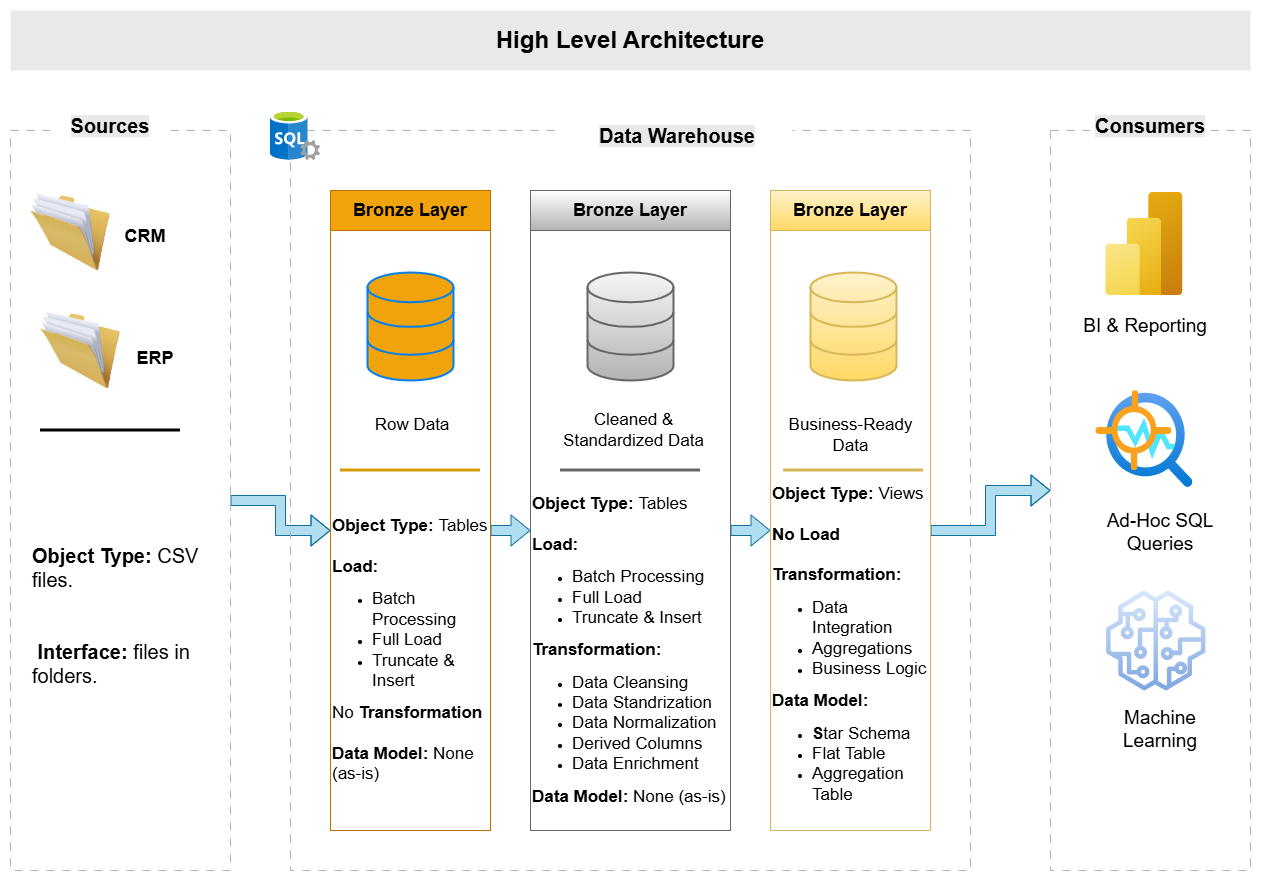
Above: docs/data_architecture.png in ManarMohammed1/sql-data-warehouse-and-analytics-project (draw.io), before the change. Source tidied: cells renumbered, new cells last; positions are measured from the earlier drawing's top-left corner, leaving out a move shared by most shapes. Source of this version:
```xml
<mxGraphModel>
  <root>
    <mxCell id="0" />
    <mxCell id="1" parent="0" />
    <mxCell id="2" value="&lt;font style=&quot;font-size: 24px;&quot;&gt;&lt;b&gt;High Level Architecture&lt;/b&gt;&lt;/font&gt;" style="text;html=1;whiteSpace=wrap;strokeColor=none;fillColor=#E9E9E9;align=center;verticalAlign=middle;rounded=0;labelBackgroundColor=#E9E9E9;labelBorderColor=#E9E9E9;" parent="1" vertex="1">
      <mxGeometry width="1240" height="60" as="geometry" />
    </mxCell>
    <mxCell id="3" style="edgeStyle=orthogonalEdgeStyle;rounded=0;jettySize=auto;html=1;shape=flexArrow;fillColor=#b1ddf0;strokeColor=#10739e;" parent="1" edge="1" source="4" target="12">
      <mxGeometry relative="1" as="geometry" />
    </mxCell>
    <mxCell id="4" style="rounded=0;whiteSpace=wrap;html=1;fillColor=none;dashed=1;dashPattern=8 8;strokeColor=#B3B3B3;" parent="1" vertex="1">
      <mxGeometry y="120" width="220" height="740" as="geometry" />
    </mxCell>
    <mxCell id="5" value="&lt;font style=&quot;font-size: 20px;&quot;&gt;&lt;b style=&quot;background-color: rgb(233, 233, 233);&quot;&gt;Sources&lt;/b&gt;&lt;/font&gt;" style="rounded=0;whiteSpace=wrap;html=1;strokeColor=none;" parent="1" vertex="1">
      <mxGeometry x="40" y="90" width="120" height="50" as="geometry" />
    </mxCell>
    <mxCell id="6" style="rounded=0;whiteSpace=wrap;html=1;fillColor=none;dashed=1;dashPattern=8 8;strokeColor=#B3B3B3;" parent="1" vertex="1">
      <mxGeometry x="280" y="120" width="680" height="740" as="geometry" />
    </mxCell>
    <mxCell id="7" value="&lt;font style=&quot;font-size: 20px;&quot;&gt;&lt;b style=&quot;background-color: rgb(233, 233, 233);&quot;&gt;Data Warehouse&lt;/b&gt;&lt;/font&gt;" style="rounded=0;whiteSpace=wrap;html=1;strokeColor=none;" parent="1" vertex="1">
      <mxGeometry x="552" y="100" width="230" height="50" as="geometry" />
    </mxCell>
    <mxCell id="8" style="rounded=0;whiteSpace=wrap;html=1;fillColor=none;dashed=1;dashPattern=8 8;strokeColor=#B3B3B3;" parent="1" vertex="1">
      <mxGeometry x="1040" y="120" width="200" height="740" as="geometry" />
    </mxCell>
    <mxCell id="9" value="&lt;font style=&quot;font-size: 20px;&quot;&gt;&lt;b style=&quot;background-color: rgb(233, 233, 233);&quot;&gt;Consumers&lt;/b&gt;&lt;/font&gt;" style="rounded=0;whiteSpace=wrap;html=1;strokeColor=none;" parent="1" vertex="1">
      <mxGeometry x="1080" y="90" width="120" height="50" as="geometry" />
    </mxCell>
    <mxCell id="10" value="&lt;font style=&quot;font-size: 18px;&quot;&gt;&lt;b&gt;Bronze Layer&lt;/b&gt;&lt;/font&gt;" style="rounded=0;whiteSpace=wrap;html=1;fillColor=#f0a30a;fontColor=#000000;strokeColor=#BD7000;" parent="1" vertex="1">
      <mxGeometry x="320" y="180" width="160" height="40" as="geometry" />
    </mxCell>
    <mxCell id="11" style="edgeStyle=orthogonalEdgeStyle;rounded=0;jettySize=auto;html=1;shape=flexArrow;fillColor=#b1ddf0;strokeColor=#10739e;" parent="1" edge="1" source="12" target="15">
      <mxGeometry relative="1" as="geometry" />
    </mxCell>
    <mxCell id="12" style="rounded=0;whiteSpace=wrap;html=1;fillColor=none;strokeColor=#BD7000;" parent="1" vertex="1">
      <mxGeometry x="320" y="220" width="160" height="600" as="geometry" />
    </mxCell>
    <mxCell id="13" value="&lt;font style=&quot;font-size: 18px;&quot;&gt;&lt;b&gt;Bronze Layer&lt;/b&gt;&lt;/font&gt;" style="rounded=0;whiteSpace=wrap;html=1;fillColor=default;strokeColor=#666666;gradientColor=#b3b3b3;" parent="1" vertex="1">
      <mxGeometry x="520" y="180" width="200" height="40" as="geometry" />
    </mxCell>
    <mxCell id="14" style="edgeStyle=orthogonalEdgeStyle;rounded=0;jettySize=auto;html=1;shape=flexArrow;fillColor=#b1ddf0;strokeColor=#10739e;" parent="1" edge="1" source="15" target="18">
      <mxGeometry relative="1" as="geometry" />
    </mxCell>
    <mxCell id="15" style="rounded=0;whiteSpace=wrap;html=1;fillColor=none;strokeColor=#666666;gradientColor=#b3b3b3;" parent="1" vertex="1">
      <mxGeometry x="520" y="220" width="200" height="600" as="geometry" />
    </mxCell>
    <mxCell id="16" value="&lt;font style=&quot;font-size: 18px;&quot;&gt;&lt;b&gt;Bronze Layer&lt;/b&gt;&lt;/font&gt;" style="rounded=0;whiteSpace=wrap;html=1;fillColor=#fff2cc;strokeColor=#d6b656;gradientColor=#ffd966;" parent="1" vertex="1">
      <mxGeometry x="760" y="180" width="160" height="40" as="geometry" />
    </mxCell>
    <mxCell id="17" style="edgeStyle=orthogonalEdgeStyle;rounded=0;jettySize=auto;html=1;shape=flexArrow;fillColor=#b1ddf0;strokeColor=#10739e;" parent="1" edge="1" source="18">
      <mxGeometry relative="1" as="geometry">
        <mxPoint x="1040" y="480" as="targetPoint" />
      </mxGeometry>
    </mxCell>
    <mxCell id="18" style="rounded=0;whiteSpace=wrap;html=1;fillColor=none;strokeColor=#d6b656;gradientColor=#ffd966;" parent="1" vertex="1">
      <mxGeometry x="760" y="220" width="160" height="600" as="geometry" />
    </mxCell>
    <mxCell id="19" style="image;html=1;image=img/lib/clip_art/general/Full_Folder_128x128.png;" parent="1" vertex="1">
      <mxGeometry x="20" y="182" width="80" height="80" as="geometry" />
    </mxCell>
    <mxCell id="20" style="image;html=1;image=img/lib/clip_art/general/Full_Folder_128x128.png;" parent="1" vertex="1">
      <mxGeometry x="30" y="300" width="80" height="80" as="geometry" />
    </mxCell>
    <mxCell id="21" value="&lt;font style=&quot;font-size: 18px;&quot;&gt;&lt;b&gt;ERP&lt;/b&gt;&lt;/font&gt;" style="text;html=1;whiteSpace=wrap;strokeColor=none;fillColor=none;align=center;verticalAlign=middle;rounded=0;" parent="1" vertex="1">
      <mxGeometry x="110" y="325" width="70" height="45" as="geometry" />
    </mxCell>
    <mxCell id="22" value="&lt;font style=&quot;font-size: 18px;&quot;&gt;&lt;b&gt;CRM&lt;/b&gt;&lt;/font&gt;" style="text;html=1;whiteSpace=wrap;strokeColor=none;fillColor=none;align=center;verticalAlign=middle;rounded=0;" parent="1" vertex="1">
      <mxGeometry x="100" y="200" width="70" height="52" as="geometry" />
    </mxCell>
    <mxCell id="23" style="endArrow=none;html=1;rounded=0;strokeWidth=3;" parent="1" edge="1">
      <mxGeometry relative="1" as="geometry">
        <mxPoint x="30" y="420" as="sourcePoint" />
        <mxPoint x="170" y="420" as="targetPoint" />
      </mxGeometry>
    </mxCell>
    <mxCell id="24" value="&lt;font style=&quot;font-size: 20px;&quot;&gt;&lt;b&gt;Object Type: &lt;/b&gt;CSV files.&lt;/font&gt;&lt;div&gt;&lt;span style=&quot;font-size: 20px;&quot;&gt;&lt;br&gt;&lt;/span&gt;&lt;/div&gt;&lt;div&gt;&lt;span style=&quot;font-size: 20px;&quot;&gt;&lt;br&gt;&lt;/span&gt;&lt;div&gt;&lt;font style=&quot;font-size: 20px;&quot;&gt;&lt;b&gt;&amp;nbsp;Interface: &lt;/b&gt;files in folders.&lt;/font&gt;&lt;/div&gt;&lt;/div&gt;" style="text;html=1;whiteSpace=wrap;strokeColor=none;fillColor=none;align=left;verticalAlign=middle;rounded=0;" parent="1" vertex="1">
      <mxGeometry x="20" y="470" width="180" height="270" as="geometry" />
    </mxCell>
    <mxCell id="25" style="html=1;verticalLabelPosition=bottom;align=center;labelBackgroundColor=#ffffff;verticalAlign=top;strokeWidth=2;strokeColor=#0080F0;shadow=0;dashed=0;shape=mxgraph.ios7.icons.data;fillColor=#F0A30A;" parent="1" vertex="1">
      <mxGeometry x="357" y="262" width="86" height="108" as="geometry" />
    </mxCell>
    <mxCell id="26" style="html=1;verticalLabelPosition=bottom;align=center;labelBackgroundColor=#ffffff;verticalAlign=top;strokeWidth=2;strokeColor=#666666;shadow=0;dashed=0;shape=mxgraph.ios7.icons.data;fillColor=#f5f5f5;gradientColor=#b3b3b3;" parent="1" vertex="1">
      <mxGeometry x="577" y="262" width="86" height="108" as="geometry" />
    </mxCell>
    <mxCell id="27" style="html=1;verticalLabelPosition=bottom;align=center;labelBackgroundColor=#ffffff;verticalAlign=top;strokeWidth=2;strokeColor=#d6b656;shadow=0;dashed=0;shape=mxgraph.ios7.icons.data;fillColor=#fff2cc;gradientColor=#ffd966;" parent="1" vertex="1">
      <mxGeometry x="800" y="262" width="86" height="108" as="geometry" />
    </mxCell>
    <mxCell id="28" style="image;sketch=0;html=1;align=center;fontSize=12;image=img/lib/mscae/SQL_Servers.svg;" parent="1" vertex="1">
      <mxGeometry x="260" y="100" width="50" height="50" as="geometry" />
    </mxCell>
    <mxCell id="29" style="image;html=1;align=center;fontSize=12;image=img/lib/azure2/analytics/Power_BI_Embedded.svg;" parent="1" vertex="1">
      <mxGeometry x="1095.2" y="182" width="77.2" height="103" as="geometry" />
    </mxCell>
    <mxCell id="30" style="image;html=1;align=center;fontSize=12;image=img/lib/azure2/ai_machine_learning/Anomaly_Detector.svg;" parent="1" vertex="1">
      <mxGeometry x="1085.4" y="380" width="97" height="97" as="geometry" />
    </mxCell>
    <mxCell id="31" style="sketch=0;fillColor=#dae8fc;strokeColor=#6c8ebf;dashed=0;verticalLabelPosition=bottom;verticalAlign=top;align=center;html=1;fontSize=12;fontStyle=0;shape=mxgraph.aws4.sagemaker_model;gradientColor=#7ea6e0;" parent="1" vertex="1">
      <mxGeometry x="1095.2" y="580" width="100" height="100" as="geometry" />
    </mxCell>
    <mxCell id="32" value="&lt;font style=&quot;font-size: 19px;&quot;&gt;BI &amp;amp; Reporting&lt;/font&gt;" style="text;html=1;whiteSpace=wrap;strokeColor=none;fillColor=none;align=center;verticalAlign=middle;rounded=0;" parent="1" vertex="1">
      <mxGeometry x="1070" y="301" width="130" height="30" as="geometry" />
    </mxCell>
    <mxCell id="33" value="&lt;font style=&quot;font-size: 19px;&quot;&gt;Ad-Hoc SQL Queries&lt;/font&gt;" style="text;html=1;whiteSpace=wrap;strokeColor=none;fillColor=none;align=center;verticalAlign=middle;rounded=0;" parent="1" vertex="1">
      <mxGeometry x="1085.4" y="500" width="130" height="43" as="geometry" />
    </mxCell>
    <mxCell id="34" value="&lt;font style=&quot;font-size: 19px;&quot;&gt;Machine Learning&lt;/font&gt;" style="text;html=1;whiteSpace=wrap;strokeColor=none;fillColor=none;align=center;verticalAlign=middle;rounded=0;" parent="1" vertex="1">
      <mxGeometry x="1085.4" y="697" width="130" height="43" as="geometry" />
    </mxCell>
    <mxCell id="35" style="endArrow=none;html=1;rounded=0;strokeWidth=3;fillColor=#ffcd28;gradientColor=#ffa500;strokeColor=#d79b00;" parent="1" edge="1">
      <mxGeometry relative="1" as="geometry">
        <mxPoint x="330" y="460" as="sourcePoint" />
        <mxPoint x="470" y="460" as="targetPoint" />
      </mxGeometry>
    </mxCell>
    <mxCell id="36" style="endArrow=none;html=1;rounded=0;strokeWidth=3;fillColor=#f5f5f5;gradientColor=#b3b3b3;strokeColor=#666666;" parent="1" edge="1">
      <mxGeometry relative="1" as="geometry">
        <mxPoint x="550" y="460" as="sourcePoint" />
        <mxPoint x="690" y="460" as="targetPoint" />
      </mxGeometry>
    </mxCell>
    <mxCell id="37" style="endArrow=none;html=1;rounded=0;strokeWidth=3;fillColor=#fff2cc;gradientColor=#ffd966;strokeColor=#d6b656;" parent="1" edge="1">
      <mxGeometry relative="1" as="geometry">
        <mxPoint x="773" y="460" as="sourcePoint" />
        <mxPoint x="913" y="460" as="targetPoint" />
      </mxGeometry>
    </mxCell>
    <mxCell id="38" value="&lt;font style=&quot;font-size: 17px;&quot;&gt;Row Da&lt;span style=&quot;color: rgba(0, 0, 0, 0); font-family: monospace; font-size: 0px; text-align: start; text-wrap-mode: nowrap;&quot;&gt;%3CmxGraphModel%3E%3Croot%3E%3CmxCell%20id%3D%220%22%2F%3E%3CmxCell%20id%3D%221%22%20parent%3D%220%22%2F%3E%3CmxCell%20id%3D%222%22%20parent%3D%221%22%20style%3D%22html%3D1%3BverticalLabelPosition%3Dbottom%3Balign%3Dcenter%3BlabelBackgroundColor%3D%23ffffff%3BverticalAlign%3Dtop%3BstrokeWidth%3D2%3BstrokeColor%3D%23666666%3Bshadow%3D0%3Bdashed%3D0%3Bshape%3Dmxgraph.ios7.icons.data%3BfillColor%3D%23f5f5f5%3BgradientColor%3D%23b3b3b3%3B%22%20value%3D%22%22%20vertex%3D%221%22%3E%3CmxGeometry%20height%3D%22100%22%20width%3D%2278%22%20x%3D%22712%22%20y%3D%22561%22%20as%3D%22geometry%22%2F%3E%3C%2FmxCell%3E%3CmxCell%20id%3D%223%22%20parent%3D%221%22%20style%3D%22outlineConnect%3D0%3BfontColor%3D%23232F3E%3BgradientColor%3Dnone%3BfillColor%3D%23232F3D%3BstrokeColor%3Dnone%3Bdashed%3D0%3BverticalLabelPosition%3Dbottom%3BverticalAlign%3Dtop%3Balign%3Dcenter%3Bhtml%3D1%3BfontSize%3D12%3BfontStyle%3D0%3Baspect%3Dfixed%3BpointerEvents%3D1%3Bshape%3Dmxgraph.aws4.programming_language%3Bshadow%3D0%3B%22%20value%3D%22%26lt%3Bfont%20style%3D%26quot%3Bfont-size%3A%2013px%3B%26quot%3B%26gt%3B%26lt%3Bb%26gt%3BStored%20Procedure%26lt%3B%2Fb%26gt%3B%26lt%3B%2Ffont%26gt%3B%22%20vertex%3D%221%22%3E%3CmxGeometry%20height%3D%2239.24%22%20width%3D%2260%22%20x%3D%22797%22%20y%3D%22505.76%22%20as%3D%22geometry%22%2F%3E%3C%2FmxCell%3E%3C%2Froot%3E%3C%2FmxGraphModel%3E&lt;/span&gt;ta&lt;/font&gt;" style="text;html=1;whiteSpace=wrap;strokeColor=none;fillColor=none;align=center;verticalAlign=middle;rounded=0;" parent="1" vertex="1">
      <mxGeometry x="357" y="400" width="90" height="30" as="geometry" />
    </mxCell>
    <mxCell id="39" value="&lt;span style=&quot;font-size: 17px;&quot;&gt;Cleaned &amp;amp; Standardized Data&lt;/span&gt;" style="text;html=1;whiteSpace=wrap;strokeColor=none;fillColor=none;align=center;verticalAlign=middle;rounded=0;" parent="1" vertex="1">
      <mxGeometry x="552" y="400" width="143" height="40" as="geometry" />
    </mxCell>
    <mxCell id="40" value="&lt;span style=&quot;font-size: 17px;&quot;&gt;Business-Ready Data&lt;/span&gt;" style="text;html=1;whiteSpace=wrap;strokeColor=none;fillColor=none;align=center;verticalAlign=middle;rounded=0;" parent="1" vertex="1">
      <mxGeometry x="768.5" y="400" width="143" height="50" as="geometry" />
    </mxCell>
    <mxCell id="41" value="&lt;font style=&quot;font-size: 17px;&quot;&gt;&lt;b style=&quot;&quot;&gt;Object Type: &lt;/b&gt;Tables&lt;/font&gt;&lt;div&gt;&lt;font style=&quot;font-size: 17px;&quot;&gt;&lt;b style=&quot;&quot;&gt;&lt;br&gt;&lt;/b&gt;&lt;/font&gt;&lt;/div&gt;&lt;div&gt;&lt;font style=&quot;font-size: 17px;&quot;&gt;&lt;b style=&quot;&quot;&gt;Load:&lt;/b&gt;&lt;/font&gt;&lt;/div&gt;&lt;div&gt;&lt;ul&gt;&lt;li&gt;&lt;span style=&quot;font-size: 17px;&quot;&gt;Batch Processing&lt;/span&gt;&lt;/li&gt;&lt;li&gt;&lt;span style=&quot;font-size: 17px;&quot;&gt;Full Load&lt;/span&gt;&lt;/li&gt;&lt;li&gt;&lt;span style=&quot;font-size: 17px;&quot;&gt;Truncate &amp;amp; Insert&lt;/span&gt;&lt;/li&gt;&lt;/ul&gt;&lt;span style=&quot;font-size: 17px;&quot;&gt;No&lt;b&gt; Transformation&lt;/b&gt;&lt;/span&gt;&lt;/div&gt;&lt;div&gt;&lt;span style=&quot;font-size: 17px;&quot;&gt;&lt;b&gt;&lt;br&gt;&lt;/b&gt;&lt;/span&gt;&lt;/div&gt;&lt;div&gt;&lt;span style=&quot;font-size: 17px;&quot;&gt;&lt;b&gt;Data Model: &lt;/b&gt;None (as-is)&lt;/span&gt;&lt;/div&gt;" style="text;html=1;whiteSpace=wrap;strokeColor=none;fillColor=none;align=left;verticalAlign=middle;rounded=0;" parent="1" vertex="1">
      <mxGeometry x="320" y="460" width="160" height="360" as="geometry" />
    </mxCell>
    <mxCell id="42" value="&lt;font style=&quot;font-size: 17px;&quot;&gt;&lt;b style=&quot;&quot;&gt;Object Type: &lt;/b&gt;Tables&lt;/font&gt;&lt;div&gt;&lt;font style=&quot;font-size: 17px;&quot;&gt;&lt;b style=&quot;&quot;&gt;&lt;br&gt;&lt;/b&gt;&lt;/font&gt;&lt;/div&gt;&lt;div&gt;&lt;font style=&quot;font-size: 17px;&quot;&gt;&lt;b style=&quot;&quot;&gt;Load:&lt;/b&gt;&lt;/font&gt;&lt;/div&gt;&lt;div&gt;&lt;ul&gt;&lt;li&gt;&lt;span style=&quot;font-size: 17px;&quot;&gt;Batch Processing&lt;/span&gt;&lt;/li&gt;&lt;li&gt;&lt;span style=&quot;font-size: 17px;&quot;&gt;Full Load&lt;/span&gt;&lt;/li&gt;&lt;li&gt;&lt;span style=&quot;font-size: 17px;&quot;&gt;Truncate &amp;amp; Insert&lt;/span&gt;&lt;/li&gt;&lt;/ul&gt;&lt;span style=&quot;font-size: 17px;&quot;&gt;&lt;b&gt;Transformation:&lt;/b&gt;&lt;/span&gt;&lt;/div&gt;&lt;div&gt;&lt;ul&gt;&lt;li&gt;&lt;span style=&quot;font-size: 17px;&quot;&gt;Data Cleansing&lt;/span&gt;&lt;/li&gt;&lt;li&gt;&lt;span style=&quot;font-size: 17px;&quot;&gt;Data Standrization&lt;/span&gt;&lt;/li&gt;&lt;li&gt;&lt;span style=&quot;font-size: 17px;&quot;&gt;Data Normalization&lt;/span&gt;&lt;/li&gt;&lt;li&gt;&lt;span style=&quot;font-size: 17px;&quot;&gt;Derived Columns&lt;/span&gt;&lt;/li&gt;&lt;li&gt;&lt;span style=&quot;font-size: 17px;&quot;&gt;Data Enrichment&lt;/span&gt;&lt;/li&gt;&lt;/ul&gt;&lt;/div&gt;&lt;div&gt;&lt;span style=&quot;font-size: 17px;&quot;&gt;&lt;b&gt;Data Model: &lt;/b&gt;None (as-is)&lt;/span&gt;&lt;/div&gt;" style="text;html=1;whiteSpace=wrap;strokeColor=none;fillColor=none;align=left;verticalAlign=middle;rounded=0;" parent="1" vertex="1">
      <mxGeometry x="520" y="460" width="200" height="360" as="geometry" />
    </mxCell>
    <mxCell id="43" value="&lt;font style=&quot;font-size: 17px;&quot;&gt;&lt;b style=&quot;&quot;&gt;Object Type: &lt;/b&gt;Views&lt;/font&gt;&lt;div&gt;&lt;font style=&quot;font-size: 17px;&quot;&gt;&lt;b style=&quot;&quot;&gt;&lt;br&gt;&lt;/b&gt;&lt;/font&gt;&lt;/div&gt;&lt;div&gt;&lt;font style=&quot;font-size: 17px;&quot;&gt;&lt;b style=&quot;&quot;&gt;No Load&lt;/b&gt;&lt;/font&gt;&lt;/div&gt;&lt;div&gt;&lt;font style=&quot;font-size: 17px;&quot;&gt;&lt;b style=&quot;&quot;&gt;&lt;br&gt;&lt;/b&gt;&lt;/font&gt;&lt;/div&gt;&lt;div&gt;&lt;span style=&quot;font-size: 17px;&quot;&gt;&lt;b&gt;Transformation:&lt;/b&gt;&lt;/span&gt;&lt;/div&gt;&lt;div&gt;&lt;ul&gt;&lt;li&gt;&lt;span style=&quot;font-size: 17px;&quot;&gt;Data Integration&lt;/span&gt;&lt;/li&gt;&lt;li&gt;&lt;span style=&quot;font-size: 17px;&quot;&gt;Aggregations&lt;/span&gt;&lt;/li&gt;&lt;li&gt;&lt;span style=&quot;font-size: 17px;&quot;&gt;Business Logic&lt;/span&gt;&lt;/li&gt;&lt;/ul&gt;&lt;/div&gt;&lt;div&gt;&lt;span style=&quot;font-size: 17px;&quot;&gt;&lt;b&gt;Data Model:&amp;nbsp;&lt;/b&gt;&lt;/span&gt;&lt;/div&gt;&lt;div&gt;&lt;ul&gt;&lt;li&gt;&lt;span style=&quot;font-size: 17px;&quot;&gt;&lt;b&gt;S&lt;/b&gt;tar Schema&lt;/span&gt;&lt;/li&gt;&lt;li&gt;&lt;span style=&quot;font-size: 17px;&quot;&gt;Flat Table&lt;/span&gt;&lt;/li&gt;&lt;li&gt;&lt;span style=&quot;font-size: 17px;&quot;&gt;Aggregation Table&lt;/span&gt;&lt;/li&gt;&lt;/ul&gt;&lt;/div&gt;" style="text;html=1;whiteSpace=wrap;strokeColor=none;fillColor=none;align=left;verticalAlign=middle;rounded=0;" parent="1" vertex="1">
      <mxGeometry x="760" y="460" width="160" height="360" as="geometry" />
    </mxCell>
  </root>
</mxGraphModel>
```
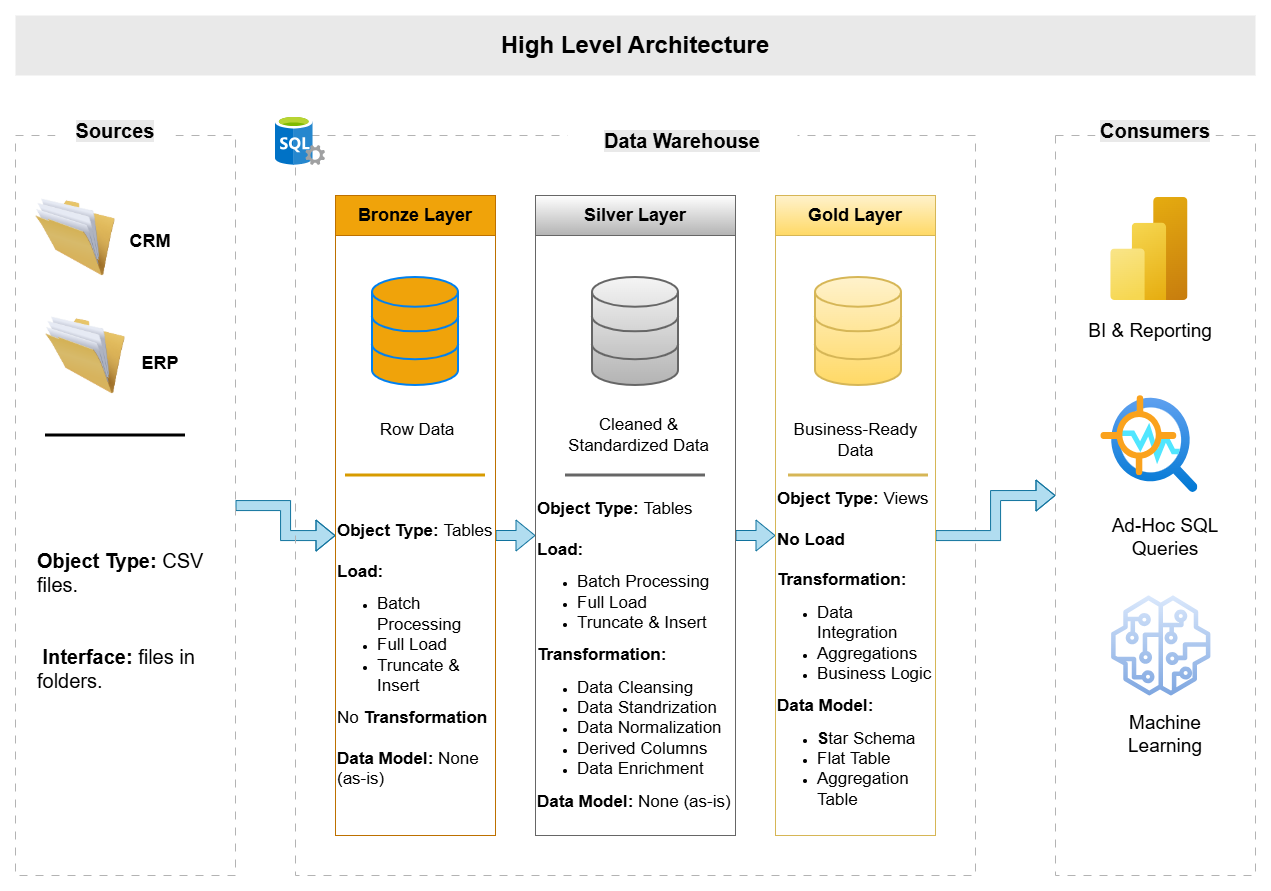
Above is the later version.

Diff of the diagram source:
```diff
@@ -35,7 +35,7 @@
     <mxCell id="12" style="rounded=0;whiteSpace=wrap;html=1;fillColor=none;strokeColor=#BD7000;" parent="1" vertex="1">
       <mxGeometry x="320" y="220" width="160" height="600" as="geometry" />
     </mxCell>
-    <mxCell id="13" value="&lt;font style=&quot;font-size: 18px;&quot;&gt;&lt;b&gt;Bronze Layer&lt;/b&gt;&lt;/font&gt;" style="rounded=0;whiteSpace=wrap;html=1;fillColor=default;strokeColor=#666666;gradientColor=#b3b3b3;" parent="1" vertex="1">
+    <mxCell id="13" value="&lt;font style=&quot;font-size: 18px;&quot;&gt;&lt;b&gt;Silver Layer&lt;/b&gt;&lt;/font&gt;" style="rounded=0;whiteSpace=wrap;html=1;fillColor=default;strokeColor=#666666;gradientColor=#b3b3b3;" parent="1" vertex="1">
       <mxGeometry x="520" y="180" width="200" height="40" as="geometry" />
     </mxCell>
     <mxCell id="14" style="edgeStyle=orthogonalEdgeStyle;rounded=0;jettySize=auto;html=1;shape=flexArrow;fillColor=#b1ddf0;strokeColor=#10739e;" parent="1" edge="1" source="15" target="18">
@@ -44,7 +44,7 @@
     <mxCell id="15" style="rounded=0;whiteSpace=wrap;html=1;fillColor=none;strokeColor=#666666;gradientColor=#b3b3b3;" parent="1" vertex="1">
       <mxGeometry x="520" y="220" width="200" height="600" as="geometry" />
     </mxCell>
-    <mxCell id="16" value="&lt;font style=&quot;font-size: 18px;&quot;&gt;&lt;b&gt;Bronze Layer&lt;/b&gt;&lt;/font&gt;" style="rounded=0;whiteSpace=wrap;html=1;fillColor=#fff2cc;strokeColor=#d6b656;gradientColor=#ffd966;" parent="1" vertex="1">
+    <mxCell id="16" value="&lt;font style=&quot;font-size: 18px;&quot;&gt;&lt;b&gt;Gold Layer&lt;/b&gt;&lt;/font&gt;" style="rounded=0;whiteSpace=wrap;html=1;fillColor=#fff2cc;strokeColor=#d6b656;gradientColor=#ffd966;" parent="1" vertex="1">
       <mxGeometry x="760" y="180" width="160" height="40" as="geometry" />
     </mxCell>
     <mxCell id="17" style="edgeStyle=orthogonalEdgeStyle;rounded=0;jettySize=auto;html=1;shape=flexArrow;fillColor=#b1ddf0;strokeColor=#10739e;" parent="1" edge="1" source="18">
```
